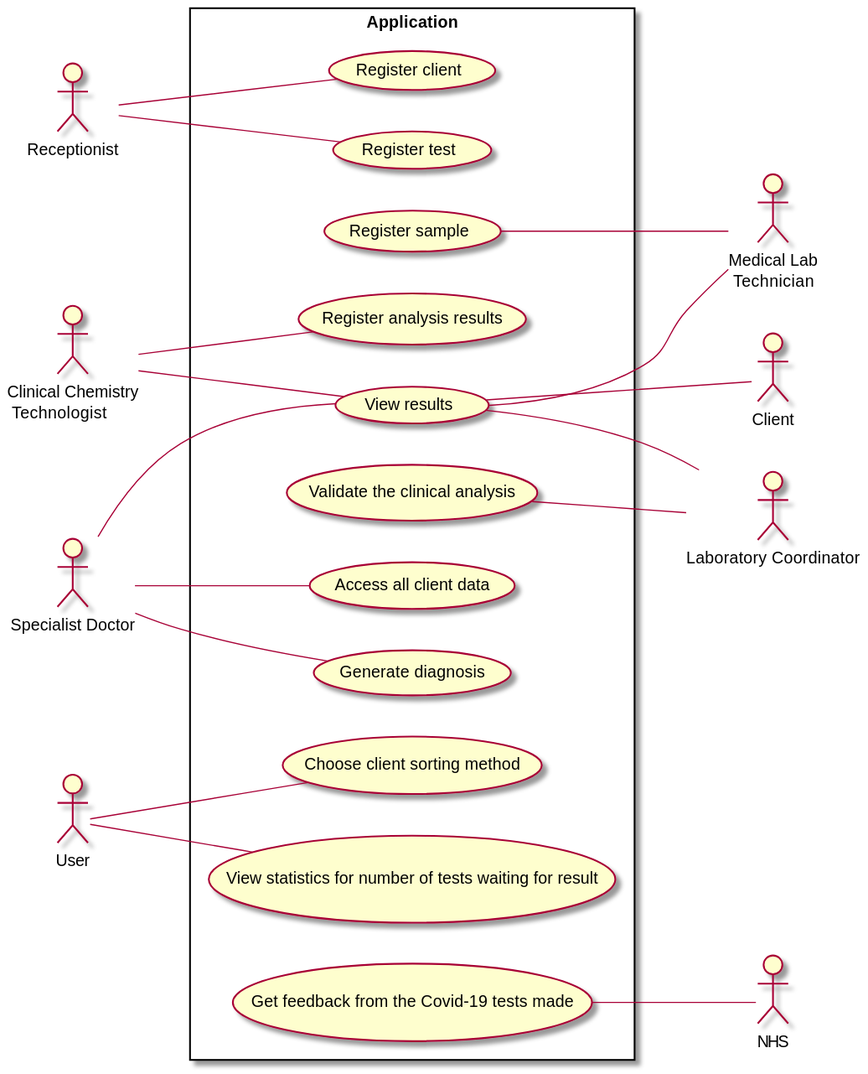
Before: docs/SprintA/UCD.svg, a diagram exported from PlantUML (MadDinosaur/ISEP-LAPR2). Its diagram source:
```plantuml
@startuml

left to right direction
skinparam packageStyle rectangle
:Receptionist:
:Medical Lab\n Technician: as MLT
:Clinical Chemistry\n Technologist: as CCT
:Specialist Doctor: as Doctor
:Laboratory Coordinator: as LC
:User:
:Client:
:NHS:

package Application {
    (Register test) as UC1
    (Register client) as UC2
    (Register sample) as UC3
    (Register analysis results) as UC4
    (Generate diagnosis) as UC5
    (Choose client sorting method) as UC6
    (Validate the clinical analysis) as UC7
    (View results) as UC8
    (View statistics for number of tests waiting for result) as UC9
    (Access all client data) as UC10
    (Get feedback from the Covid-19 tests made) as UC11
}

Receptionist -- UC1
Receptionist -- UC2
UC3 -- MLT
CCT -- UC4
Doctor -- UC5
User -- UC6
UC7 -- LC
UC8 -- Client
UC8 -- MLT
CCT -- UC8
UC8 -- LC
Doctor -- UC8
User -- UC9
Doctor -- UC10
UC11 -- NHS
@enduml
```
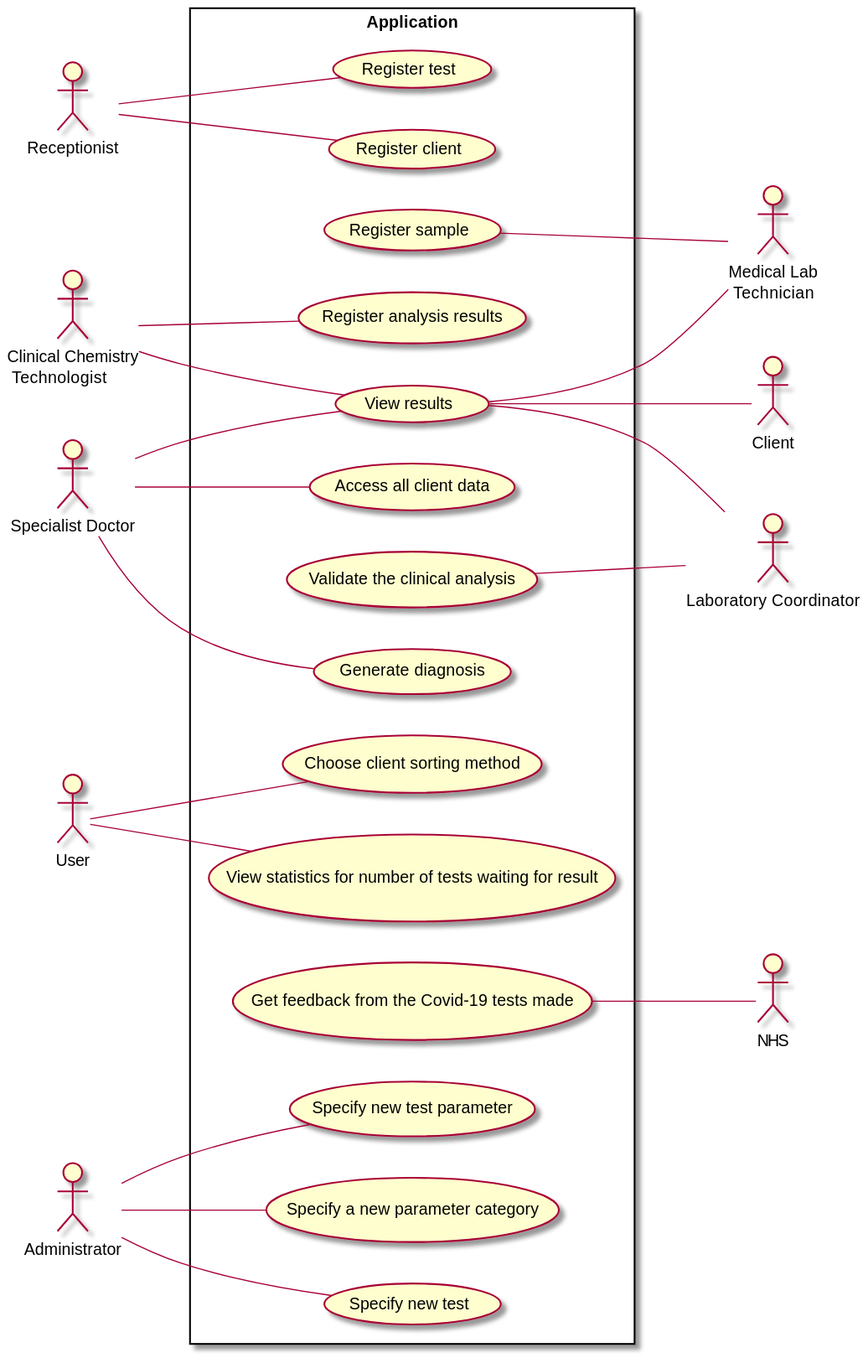
After the commit.

Commit message:
Updated Use Case Diagram with examples from TP02.

Change to the diagram source:
```diff
@@ -10,6 +10,7 @@
 :User:
 :Client:
 :NHS:
+:Administrator:
 
 package Application {
     (Register test) as UC1
@@ -23,6 +24,9 @@
     (View statistics for number of tests waiting for result) as UC9
     (Access all client data) as UC10
     (Get feedback from the Covid-19 tests made) as UC11
+    (Specify new test) as UC12
+    (Specify new test parameter) as UC13
+    (Specify a new parameter category) as UC14
 }
 
 Receptionist -- UC1
@@ -40,4 +44,7 @@
 User -- UC9
 Doctor -- UC10
 UC11 -- NHS
+Administrator -- UC12
+Administrator -- UC13
+Administrator -- UC14
 @enduml
```
